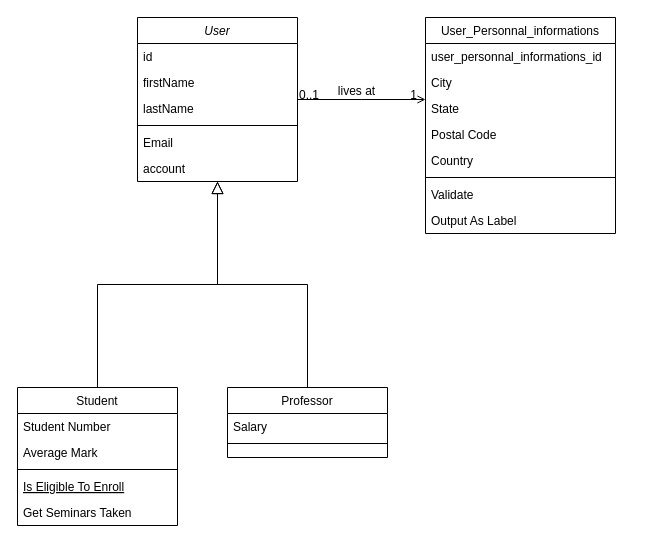
This is Untitled Diagram.drawio from jojodev77/p6, a draw.io file, before an edit. Source tidied: cells renumbered, new cells numbered last; positions are measured from the earlier drawing's top-left corner, leaving out a move shared by most shapes. Both pictures are drawn from the tidied source at 100%, with x=0, y=0 at pixel (17, 17).
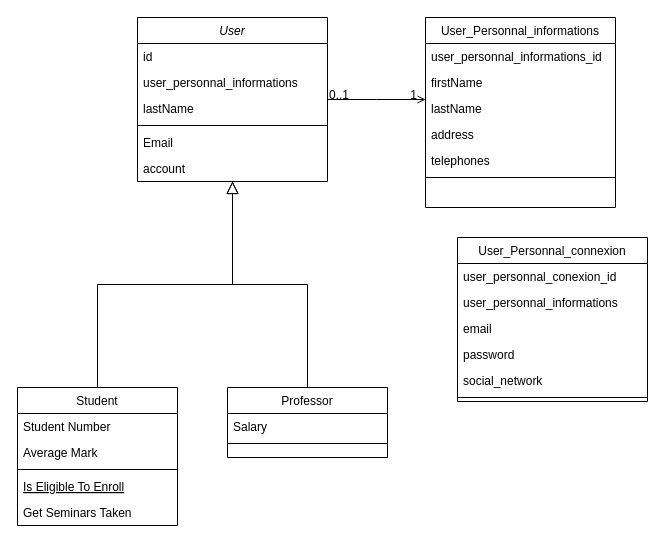
The same diagram, later.

Unchanged cells that the change refers to:
```xml
<mxCell id="29" style="endArrow=open;shadow=0;strokeWidth=1;rounded=0;endFill=1;edgeStyle=elbowEdgeStyle;elbow=vertical;" parent="1" edge="1" source="2" target="20">
  <mxGeometry x="0.5" y="41" relative="1" as="geometry">
    <mxPoint x="-40" y="32" as="offset" />
  </mxGeometry>
</mxCell>
```

What changed in the source:
```diff
@@
     <mxCell id="2" value="User" style="swimlane;fontStyle=2;align=center;verticalAlign=top;horizontal=1;startSize=26;rounded=0;shadow=0;strokeWidth=1;" parent="1" vertex="1">
-      <mxGeometry x="120" width="160" height="164" as="geometry" />
+      <mxGeometry x="120" width="190" height="164" as="geometry" />
     </mxCell>
     <mxCell id="3" value="id" style="text;align=left;verticalAlign=top;spacingLeft=4;spacingRight=4;overflow=hidden;" parent="2" vertex="1">
-      <mxGeometry y="26" width="160" height="26" as="geometry" />
+      <mxGeometry y="26" width="190" height="26" as="geometry" />
     </mxCell>
-    <mxCell id="4" value="firstName" style="text;align=left;verticalAlign=top;spacingLeft=4;spacingRight=4;overflow=hidden;rounded=0;shadow=0;html=0;" parent="2" vertex="1">
-      <mxGeometry y="52" width="160" height="26" as="geometry" />
+    <mxCell id="4" value="user_personnal_informations" style="text;align=left;verticalAlign=top;spacingLeft=4;spacingRight=4;overflow=hidden;rounded=0;shadow=0;html=0;" parent="2" vertex="1">
+      <mxGeometry y="52" width="190" height="26" as="geometry" />
     </mxCell>
     <mxCell id="5" value="lastName" style="text;align=left;verticalAlign=top;spacingLeft=4;spacingRight=4;overflow=hidden;rounded=0;shadow=0;html=0;" parent="2" vertex="1">
-      <mxGeometry y="78" width="160" height="26" as="geometry" />
+      <mxGeometry y="78" width="190" height="26" as="geometry" />
     </mxCell>
     <mxCell id="6" style="line;html=1;strokeWidth=1;align=left;verticalAlign=middle;spacingTop=-1;spacingLeft=3;spacingRight=3;labelPosition=right;" parent="2" vertex="1">
-      <mxGeometry y="104" width="160" height="8" as="geometry" />
+      <mxGeometry y="104" width="190" height="8" as="geometry" />
     </mxCell>
     <mxCell id="7" value="Email" style="text;align=left;verticalAlign=top;spacingLeft=4;spacingRight=4;overflow=hidden;" parent="2" vertex="1">
-      <mxGeometry y="112" width="160" height="26" as="geometry" />
+      <mxGeometry y="112" width="190" height="26" as="geometry" />
     </mxCell>
     <mxCell id="8" value="account" style="text;align=left;verticalAlign=top;spacingLeft=4;spacingRight=4;overflow=hidden;" parent="2" vertex="1">
-      <mxGeometry y="138" width="160" height="26" as="geometry" />
+      <mxGeometry y="138" width="190" height="26" as="geometry" />
     </mxCell>
@@
     <mxCell id="20" value="User_Personnal_informations" style="swimlane;fontStyle=0;align=center;verticalAlign=top;horizontal=1;startSize=26;rounded=0;shadow=0;strokeWidth=1;" parent="1" vertex="1">
-      <mxGeometry x="408" width="190" height="216" as="geometry" />
+      <mxGeometry x="408" width="190" height="190" as="geometry" />
     </mxCell>
@@
-    <mxCell id="22" value="City" style="text;align=left;verticalAlign=top;spacingLeft=4;spacingRight=4;overflow=hidden;rounded=0;shadow=0;html=0;" parent="20" vertex="1">
+    <mxCell id="22" value="firstName" style="text;align=left;verticalAlign=top;spacingLeft=4;spacingRight=4;overflow=hidden;rounded=0;shadow=0;html=0;" parent="20" vertex="1">
       <mxGeometry y="52" width="190" height="26" as="geometry" />
     </mxCell>
-    <mxCell id="23" value="State" style="text;align=left;verticalAlign=top;spacingLeft=4;spacingRight=4;overflow=hidden;rounded=0;shadow=0;html=0;" parent="20" vertex="1">
+    <mxCell id="23" value="lastName" style="text;align=left;verticalAlign=top;spacingLeft=4;spacingRight=4;overflow=hidden;rounded=0;shadow=0;html=0;" parent="20" vertex="1">
       <mxGeometry y="78" width="190" height="26" as="geometry" />
     </mxCell>
-    <mxCell id="24" value="Postal Code" style="text;align=left;verticalAlign=top;spacingLeft=4;spacingRight=4;overflow=hidden;rounded=0;shadow=0;html=0;" parent="20" vertex="1">
+    <mxCell id="24" value="address" style="text;align=left;verticalAlign=top;spacingLeft=4;spacingRight=4;overflow=hidden;rounded=0;shadow=0;html=0;" parent="20" vertex="1">
       <mxGeometry y="104" width="190" height="26" as="geometry" />
     </mxCell>
-    <mxCell id="25" value="Country" style="text;align=left;verticalAlign=top;spacingLeft=4;spacingRight=4;overflow=hidden;rounded=0;shadow=0;html=0;" parent="20" vertex="1">
+    <mxCell id="25" value="telephones" style="text;align=left;verticalAlign=top;spacingLeft=4;spacingRight=4;overflow=hidden;rounded=0;shadow=0;html=0;" parent="20" vertex="1">
       <mxGeometry y="130" width="190" height="26" as="geometry" />
     </mxCell>
@@
-    <mxCell id="27" value="Validate" style="text;align=left;verticalAlign=top;spacingLeft=4;spacingRight=4;overflow=hidden;" parent="20" vertex="1">
-      <mxGeometry y="164" width="190" height="26" as="geometry" />
-    </mxCell>
-    <mxCell id="28" value="Output As Label" style="text;align=left;verticalAlign=top;spacingLeft=4;spacingRight=4;overflow=hidden;" parent="20" vertex="1">
-      <mxGeometry y="190" width="190" height="26" as="geometry" />
-    </mxCell>
@@
-    <mxCell id="32" value="lives at" style="text;html=1;align=center;verticalAlign=middle;labelBackgroundColor=none;rounded=0;shadow=0;strokeWidth=1;fontSize=12;" parent="29" vertex="1">
-      <mxGeometry x="0.5" y="49" relative="1" as="geometry">
-        <mxPoint x="-38" y="40" as="offset" />
-      </mxGeometry>
-    </mxCell>
+    <mxCell id="33" value="User_Personnal_connexion" style="swimlane;fontStyle=0;align=center;verticalAlign=top;horizontal=1;startSize=26;rounded=0;shadow=0;strokeWidth=1;" parent="1" vertex="1">
+      <mxGeometry x="440" y="220" width="190" height="164" as="geometry" />
+    </mxCell>
+    <mxCell id="34" value="user_personnal_conexion_id" style="text;align=left;verticalAlign=top;spacingLeft=4;spacingRight=4;overflow=hidden;" parent="33" vertex="1">
+      <mxGeometry y="26" width="190" height="26" as="geometry" />
+    </mxCell>
+    <mxCell id="35" value="user_personnal_informations" style="text;align=left;verticalAlign=top;spacingLeft=4;spacingRight=4;overflow=hidden;rounded=0;shadow=0;html=0;" parent="33" vertex="1">
+      <mxGeometry y="52" width="190" height="26" as="geometry" />
+    </mxCell>
+    <mxCell id="36" value="email" style="text;align=left;verticalAlign=top;spacingLeft=4;spacingRight=4;overflow=hidden;rounded=0;shadow=0;html=0;" parent="33" vertex="1">
+      <mxGeometry y="78" width="190" height="26" as="geometry" />
+    </mxCell>
+    <mxCell id="37" value="password" style="text;align=left;verticalAlign=top;spacingLeft=4;spacingRight=4;overflow=hidden;rounded=0;shadow=0;html=0;" parent="33" vertex="1">
+      <mxGeometry y="104" width="190" height="26" as="geometry" />
+    </mxCell>
+    <mxCell id="38" value="social_network" style="text;align=left;verticalAlign=top;spacingLeft=4;spacingRight=4;overflow=hidden;rounded=0;shadow=0;html=0;" parent="33" vertex="1">
+      <mxGeometry y="130" width="190" height="26" as="geometry" />
+    </mxCell>
+    <mxCell id="39" style="line;html=1;strokeWidth=1;align=left;verticalAlign=middle;spacingTop=-1;spacingLeft=3;spacingRight=3;labelPosition=right;" parent="33" vertex="1">
+      <mxGeometry y="156" width="190" height="8" as="geometry" />
+    </mxCell>
```
